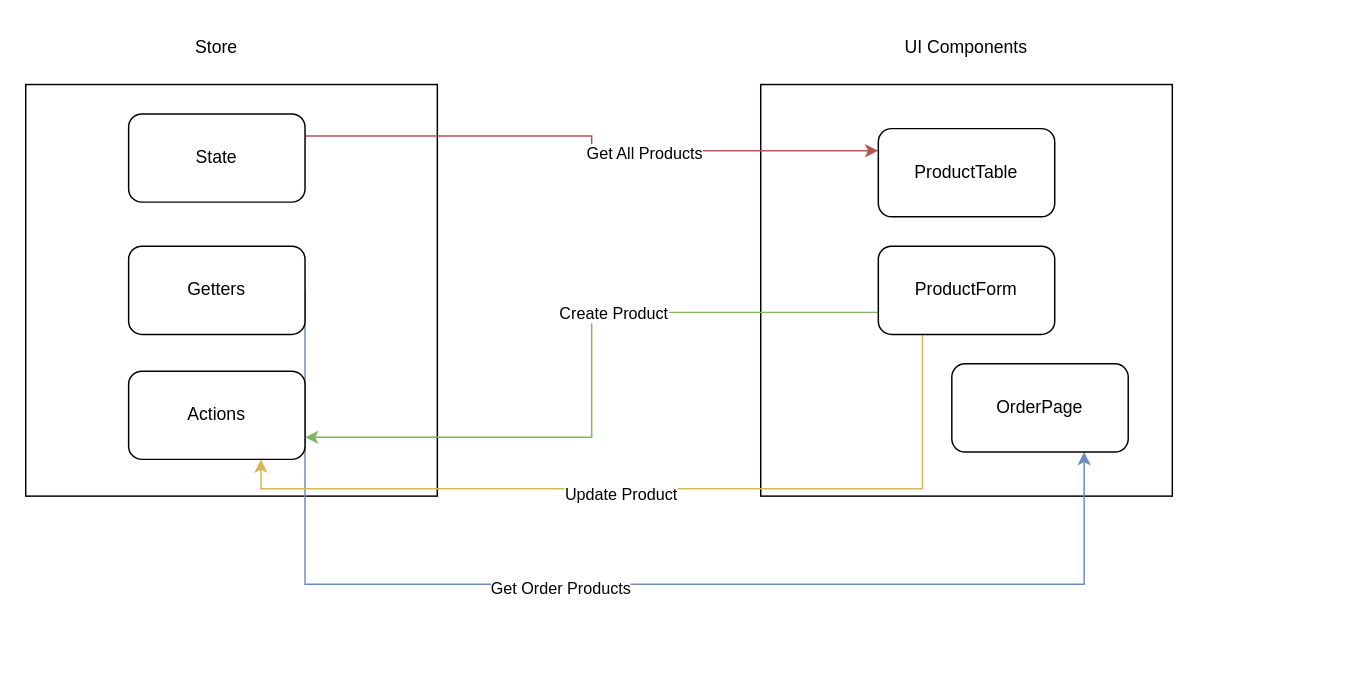
ALSijsling/InventorySystem-Vue3 keeps this draw.io diagram as Diagram zonder titel.drawio. Above is the earlier version. Source tidied: cells renumbered, new cells numbered last; positions are measured from the earlier drawing's top-left corner, leaving out a move shared by most shapes. Both pictures are drawn from the tidied source at 147%, with x=0, y=0 at pixel (25, 25).
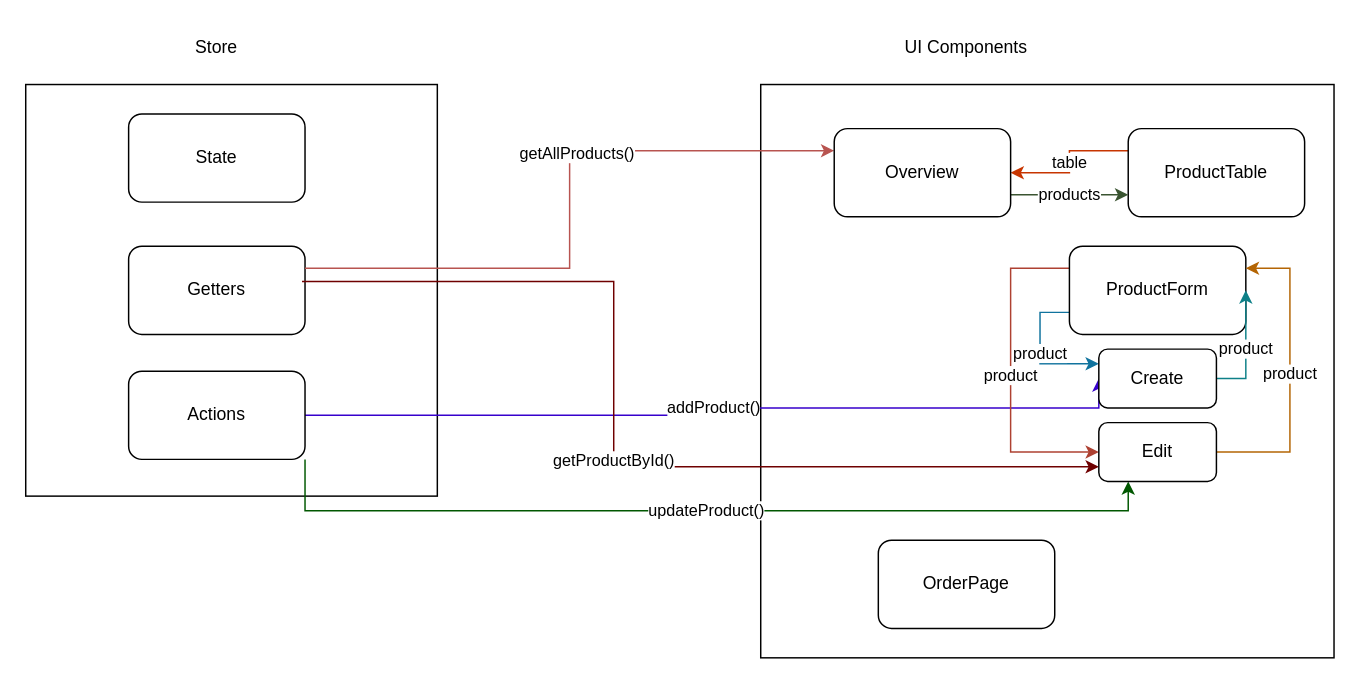
The same diagram, later.

Unchanged cells that the change refers to:
```xml
<mxCell id="8" value="Getters" style="rounded=1;whiteSpace=wrap;html=1;" parent="1" vertex="1">
  <mxGeometry x="70" y="150" width="120" height="60" as="geometry" />
</mxCell>
<mxCell id="9" value="Actions" style="rounded=1;whiteSpace=wrap;html=1;" parent="1" vertex="1">
  <mxGeometry x="70" y="235" width="120" height="60" as="geometry" />
</mxCell>
<mxCell id="12" value="State" style="rounded=1;whiteSpace=wrap;html=1;" parent="1" vertex="1">
  <mxGeometry x="70" y="60" width="120" height="60" as="geometry" />
</mxCell>
```

What changed in the source:
```diff
@@
     <mxCell id="4" style="whiteSpace=wrap;html=1;" parent="1" vertex="1">
-      <mxGeometry x="500" y="40" width="280" height="280" as="geometry" />
+      <mxGeometry x="500" y="40" width="390" height="390" as="geometry" />
     </mxCell>
@@
-    <mxCell id="6" style="edgeStyle=orthogonalEdgeStyle;rounded=0;jettySize=auto;html=1;exitX=1;exitY=0.5;exitDx=0;exitDy=0;entryX=0.75;entryY=1;entryDx=0;entryDy=0;fillColor=#dae8fc;strokeColor=#6c8ebf;gradientColor=#7ea6e0;" parent="1" edge="1" source="8" target="19">
-      <mxGeometry relative="1" as="geometry">
-        <Array as="points">
-          <mxPoint x="190" y="380" />
-          <mxPoint x="720" y="380" />
-        </Array>
-      </mxGeometry>
-    </mxCell>
-    <mxCell id="7" value="Get Order Products" style="edgeLabel;html=1;align=center;verticalAlign=middle;" parent="6" vertex="1">
-      <mxGeometry x="-0.09" y="-2" relative="1" as="geometry" />
-    </mxCell>
@@
+    <mxCell id="20" value="addProduct()" style="edgeStyle=orthogonalEdgeStyle;rounded=0;jettySize=auto;html=1;exitX=1;exitY=0.5;exitDx=0;exitDy=0;entryX=0;entryY=0.5;entryDx=0;entryDy=0;fillColor=#6a00ff;strokeColor=#3700CC;" parent="1" edge="1" source="9" target="27">
+      <mxGeometry relative="1" as="geometry">
+        <Array as="points">
+          <mxPoint x="460" y="265" />
+          <mxPoint x="460" y="260" />
+          <mxPoint x="730" y="260" />
+        </Array>
+      </mxGeometry>
+    </mxCell>
+    <mxCell id="21" value="getProductById()" style="edgeStyle=orthogonalEdgeStyle;rounded=0;jettySize=auto;html=1;exitX=0.983;exitY=0.4;exitDx=0;exitDy=0;entryX=0;entryY=0.75;entryDx=0;entryDy=0;fillColor=#a20025;strokeColor=#6F0000;exitPerimeter=0;" parent="1" edge="1" source="8" target="29">
+      <mxGeometry relative="1" as="geometry">
+        <Array as="points">
+          <mxPoint x="400" y="174" />
+          <mxPoint x="400" y="300" />
+        </Array>
+      </mxGeometry>
+    </mxCell>
+    <mxCell id="22" value="updateProduct()" style="edgeStyle=orthogonalEdgeStyle;rounded=0;jettySize=auto;html=1;exitX=1;exitY=1;exitDx=0;exitDy=0;entryX=0.25;entryY=1;entryDx=0;entryDy=0;fillColor=#008a00;strokeColor=#005700;" parent="1" edge="1" source="9" target="29">
+      <mxGeometry relative="1" as="geometry" />
+    </mxCell>
@@
-    <mxCell id="10" style="edgeStyle=orthogonalEdgeStyle;rounded=0;jettySize=auto;html=1;exitX=1;exitY=0.25;exitDx=0;exitDy=0;entryX=0;entryY=0.25;entryDx=0;entryDy=0;fillColor=#f8cecc;strokeColor=#b85450;fontColor=#A9C4EB;gradientColor=#ea6b66;" parent="1" edge="1" source="12" target="13">
+    <mxCell id="10" style="edgeStyle=orthogonalEdgeStyle;rounded=0;jettySize=auto;html=1;exitX=1;exitY=0.25;exitDx=0;exitDy=0;fillColor=#f8cecc;strokeColor=#b85450;fontColor=#A9C4EB;gradientColor=#ea6b66;entryX=0;entryY=0.25;entryDx=0;entryDy=0;" parent="1" edge="1" source="8" target="31">
       <mxGeometry relative="1" as="geometry" />
     </mxCell>
-    <mxCell id="11" value="Get All Products" style="edgeLabel;html=1;align=center;verticalAlign=middle;" parent="10" vertex="1">
+    <mxCell id="11" value="getAllProducts()" style="edgeLabel;html=1;align=center;verticalAlign=middle;" parent="10" vertex="1">
       <mxGeometry x="0.2" y="-1" relative="1" as="geometry" />
     </mxCell>
@@
+    <mxCell id="23" value="table" style="edgeStyle=orthogonalEdgeStyle;rounded=0;jettySize=auto;html=1;exitX=0;exitY=0.25;exitDx=0;exitDy=0;entryX=1;entryY=0.5;entryDx=0;entryDy=0;fillColor=#fa6800;strokeColor=#C73500;" parent="1" edge="1" source="13" target="31">
+      <mxGeometry relative="1" as="geometry" />
+    </mxCell>
     <mxCell id="13" value="ProductTable" style="rounded=1;whiteSpace=wrap;html=1;" parent="1" vertex="1">
-      <mxGeometry x="580" y="70" width="120" height="60" as="geometry" />
+      <mxGeometry x="750" y="70" width="120" height="60" as="geometry" />
     </mxCell>
-    <mxCell id="14" style="edgeStyle=orthogonalEdgeStyle;rounded=0;jettySize=auto;html=1;exitX=0;exitY=0.75;exitDx=0;exitDy=0;entryX=1;entryY=0.75;entryDx=0;entryDy=0;fillColor=#d5e8d4;strokeColor=#82b366;" parent="1" edge="1" source="18" target="9">
-      <mxGeometry relative="1" as="geometry" />
-    </mxCell>
-    <mxCell id="15" value="Create Product" style="edgeLabel;html=1;align=center;verticalAlign=middle;" parent="14" vertex="1">
-      <mxGeometry x="-0.24" relative="1" as="geometry" />
-    </mxCell>
-    <mxCell id="16" style="edgeStyle=orthogonalEdgeStyle;rounded=0;jettySize=auto;html=1;exitX=0.25;exitY=1;exitDx=0;exitDy=0;entryX=0.75;entryY=1;entryDx=0;entryDy=0;fillColor=#fff2cc;gradientColor=#ffd966;strokeColor=#d6b656;" parent="1" edge="1" source="18" target="9">
-      <mxGeometry relative="1" as="geometry" />
-    </mxCell>
-    <mxCell id="17" value="Update Product" style="edgeLabel;html=1;align=center;verticalAlign=middle;" parent="16" vertex="1">
-      <mxGeometry x="0.08" y="3" relative="1" as="geometry" />
-    </mxCell>
+    <mxCell id="24" value="product" style="edgeStyle=orthogonalEdgeStyle;rounded=0;jettySize=auto;html=1;exitX=0;exitY=0.75;exitDx=0;exitDy=0;entryX=0;entryY=0.25;entryDx=0;entryDy=0;fillColor=#b1ddf0;strokeColor=#10739e;" parent="1" edge="1" source="18" target="27">
+      <mxGeometry relative="1" as="geometry" />
+    </mxCell>
+    <mxCell id="25" value="product" style="edgeStyle=orthogonalEdgeStyle;rounded=0;jettySize=auto;html=1;exitX=0;exitY=0.25;exitDx=0;exitDy=0;entryX=0;entryY=0.5;entryDx=0;entryDy=0;fillColor=#fad9d5;strokeColor=#ae4132;" parent="1" edge="1" source="18" target="29">
+      <mxGeometry relative="1" as="geometry">
+        <Array as="points">
+          <mxPoint x="670" y="165" />
+          <mxPoint x="670" y="290" />
+        </Array>
+      </mxGeometry>
+    </mxCell>
     <mxCell id="18" value="ProductForm" style="rounded=1;whiteSpace=wrap;html=1;" parent="1" vertex="1">
-      <mxGeometry x="580" y="150" width="120" height="60" as="geometry" />
+      <mxGeometry x="710" y="150" width="120" height="60" as="geometry" />
     </mxCell>
     <mxCell id="19" value="OrderPage" style="rounded=1;whiteSpace=wrap;html=1;" parent="1" vertex="1">
-      <mxGeometry x="630" y="230" width="120" height="60" as="geometry" />
+      <mxGeometry x="580" y="350" width="120" height="60" as="geometry" />
     </mxCell>
+    <mxCell id="26" value="product" style="edgeStyle=orthogonalEdgeStyle;rounded=0;jettySize=auto;html=1;exitX=1;exitY=0.5;exitDx=0;exitDy=0;entryX=1;entryY=0.5;entryDx=0;entryDy=0;fillColor=#b0e3e6;strokeColor=#0e8088;" parent="1" edge="1" source="27" target="18">
+      <mxGeometry relative="1" as="geometry" />
+    </mxCell>
+    <mxCell id="27" value="Create" style="rounded=1;whiteSpace=wrap;html=1;" parent="1" vertex="1">
+      <mxGeometry x="730" y="220" width="80" height="40" as="geometry" />
+    </mxCell>
+    <mxCell id="28" value="product" style="edgeStyle=orthogonalEdgeStyle;rounded=0;jettySize=auto;html=1;exitX=1;exitY=0.5;exitDx=0;exitDy=0;entryX=1;entryY=0.25;entryDx=0;entryDy=0;fillColor=#fad7ac;strokeColor=#b46504;" parent="1" edge="1" source="29" target="18">
+      <mxGeometry relative="1" as="geometry">
+        <Array as="points">
+          <mxPoint x="860" y="290" />
+          <mxPoint x="860" y="165" />
+        </Array>
+      </mxGeometry>
+    </mxCell>
+    <mxCell id="29" value="Edit" style="rounded=1;whiteSpace=wrap;html=1;" parent="1" vertex="1">
+      <mxGeometry x="730" y="270" width="80" height="40" as="geometry" />
+    </mxCell>
+    <mxCell id="30" value="products" style="edgeStyle=orthogonalEdgeStyle;rounded=0;jettySize=auto;html=1;exitX=1;exitY=0.75;exitDx=0;exitDy=0;entryX=0;entryY=0.75;entryDx=0;entryDy=0;fillColor=#6d8764;strokeColor=#3A5431;" parent="1" edge="1" source="31" target="13">
+      <mxGeometry relative="1" as="geometry" />
+    </mxCell>
+    <mxCell id="31" value="Overview" style="rounded=1;whiteSpace=wrap;html=1;" parent="1" vertex="1">
+      <mxGeometry x="550" y="70" width="120" height="60" as="geometry" />
+    </mxCell>
```
